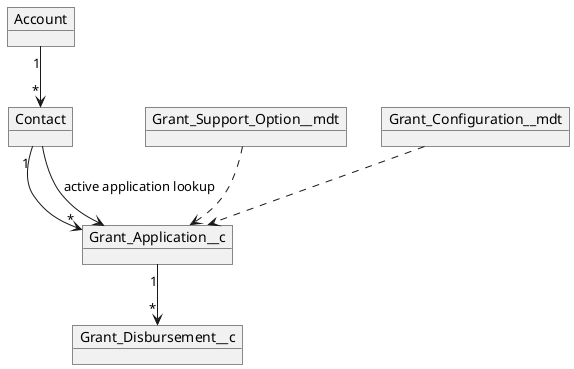
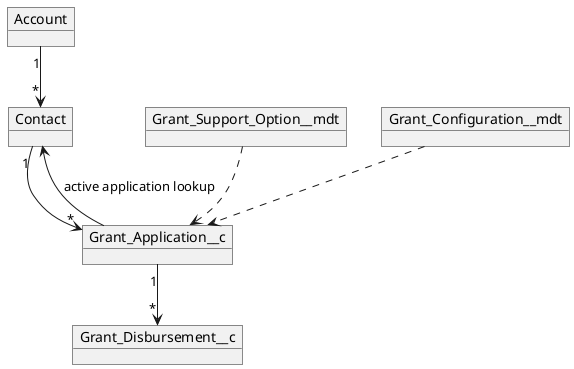
@startuml

object Account

object Contact

object Grant_Application__c

object Grant_Disbursement__c

object Grant_Support_Option__mdt

object Grant_Configuration__mdt

Account "1" --> "*" Contact

Contact "1" --> "*" Grant_Application__c

Grant_Application__c "1" --> "*" Grant_Disbursement__c

Grant_Support_Option__mdt ..> Grant_Application__c

Grant_Configuration__mdt ..> Grant_Application__c

- Contact --> Grant_Application__c : active application lookup
+ Contact <-- Grant_Application__c : active application lookup
@enduml
